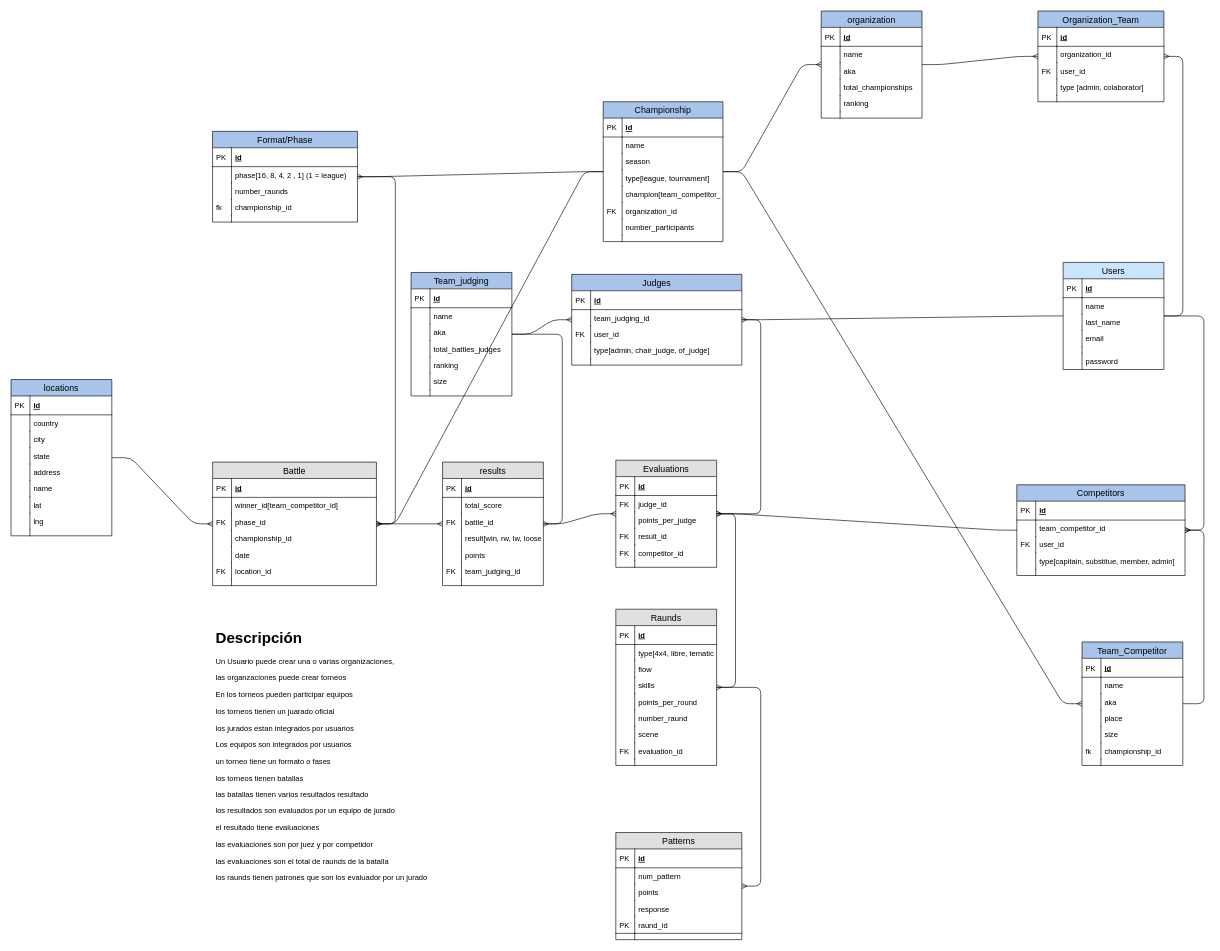
The draw.io diagram Untitled Diagram.drawio in Isidro-hernndez/Texto1, before the edit. Source tidied: cells renumbered, new cells numbered last; positions are measured from the earlier drawing's top-left corner, leaving out a move shared by most shapes. Both pictures are drawn from the tidied source at 63%, with x=0, y=0 at pixel (11, 11).
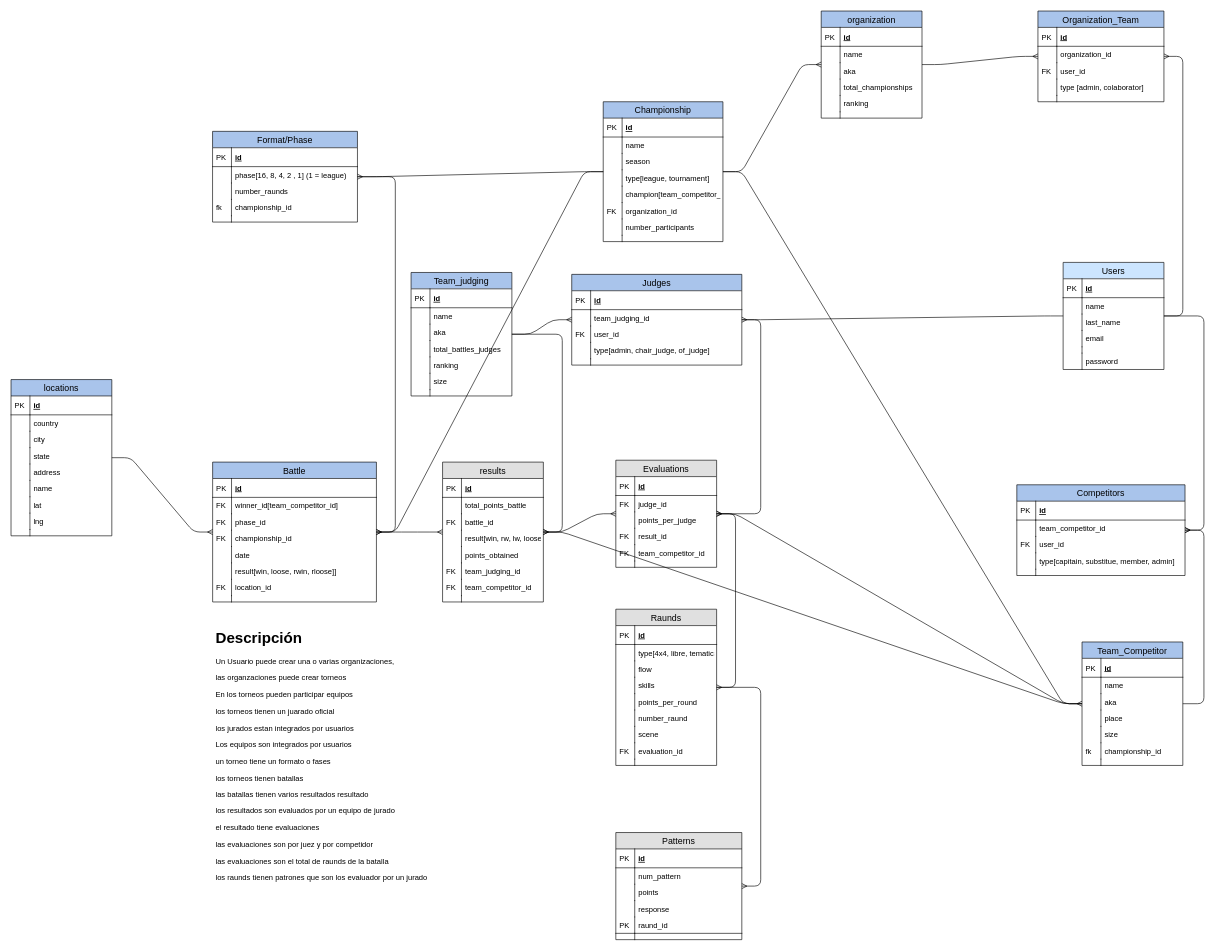
Above is the later version.

The change refers to these unchanged cells:
```xml
<mxCell id="5" value="winner_id[team_competitor_id]" style="shape=partialRectangle;top=0;left=0;right=0;bottom=0;align=left;verticalAlign=top;fillColor=none;spacingLeft=34;spacingRight=4;overflow=hidden;fontSize=12;" parent="2" vertex="1">
  <mxGeometry y="56" width="260" height="26" as="geometry" />
</mxCell>
<mxCell id="9" value="championship_id" style="shape=partialRectangle;top=0;left=0;right=0;bottom=0;align=left;verticalAlign=top;fillColor=none;spacingLeft=34;spacingRight=4;overflow=hidden;fontSize=12;" parent="2" vertex="1">
  <mxGeometry y="108" width="260" height="26" as="geometry" />
</mxCell>
<mxCell id="30" value="Evaluations" style="swimlane;fontStyle=0;horizontal=1;startSize=26;fillColor=#e0e0e0;swimlaneFillColor=#ffffff;align=center;fontSize=14;" parent="1" vertex="1">
  <mxGeometry x="960" y="713" width="160" height="170" as="geometry" />
</mxCell>
<mxCell id="123" value="Team_Competitor" style="swimlane;fontStyle=0;horizontal=1;startSize=26;fillColor=#A9C4EB;swimlaneFillColor=#ffffff;align=center;fontSize=14;" parent="1" vertex="1">
  <mxGeometry x="1700" y="1001.5" width="160" height="196" as="geometry" />
</mxCell>
<mxCell id="138" value="Competitors" style="swimlane;fontStyle=0;horizontal=1;startSize=26;fillColor=#A9C4EB;swimlaneFillColor=#ffffff;align=center;fontSize=14;" parent="1" vertex="1">
  <mxGeometry x="1596.5" y="752" width="267" height="144" as="geometry" />
</mxCell>
```

Change to the diagram source:
```diff
@@
-    <mxCell id="2" value="Battle" style="swimlane;fontStyle=0;horizontal=1;startSize=26;fillColor=#e0e0e0;swimlaneFillColor=#ffffff;align=center;fontSize=14;" parent="1" vertex="1">
-      <mxGeometry x="320" y="716" width="260" height="196" as="geometry" />
+    <mxCell id="2" value="Battle" style="swimlane;fontStyle=0;horizontal=1;startSize=26;swimlaneFillColor=#ffffff;align=center;fontSize=14;fillColor=#A9C4EB;" parent="1" vertex="1">
+      <mxGeometry x="320" y="716" width="260" height="222" as="geometry" />
     </mxCell>
@@
-    <mxCell id="6" style="shape=partialRectangle;top=0;left=0;bottom=0;fillColor=none;align=left;verticalAlign=top;spacingLeft=4;spacingRight=4;overflow=hidden;fontSize=12;" parent="5" vertex="1">
+    <mxCell id="6" value="FK" style="shape=partialRectangle;top=0;left=0;bottom=0;fillColor=none;align=left;verticalAlign=top;spacingLeft=4;spacingRight=4;overflow=hidden;fontSize=12;" parent="5" vertex="1">
       <mxGeometry width="30" height="26" as="geometry" />
     </mxCell>
@@
-    <mxCell id="10" style="shape=partialRectangle;top=0;left=0;bottom=0;fillColor=none;align=left;verticalAlign=top;spacingLeft=4;spacingRight=4;overflow=hidden;fontSize=12;" parent="9" vertex="1">
+    <mxCell id="10" value="FK" style="shape=partialRectangle;top=0;left=0;bottom=0;fillColor=none;align=left;verticalAlign=top;spacingLeft=4;spacingRight=4;overflow=hidden;fontSize=12;" parent="9" vertex="1">
       <mxGeometry width="30" height="26" as="geometry" />
     </mxCell>
@@
+    <mxCell id="233" value="result[win, loose, rwin, rloose]]" style="shape=partialRectangle;top=0;left=0;right=0;bottom=0;align=left;verticalAlign=top;fillColor=none;spacingLeft=34;spacingRight=4;overflow=hidden;fontSize=12;" parent="2" vertex="1">
+      <mxGeometry y="160" width="260" height="26" as="geometry" />
+    </mxCell>
+    <mxCell id="234" style="shape=partialRectangle;top=0;left=0;bottom=0;fillColor=none;align=left;verticalAlign=top;spacingLeft=4;spacingRight=4;overflow=hidden;fontSize=12;" parent="233" vertex="1">
+      <mxGeometry width="30" height="26" as="geometry" />
+    </mxCell>
     <mxCell id="13" value="location_id" style="shape=partialRectangle;top=0;left=0;right=0;bottom=0;align=left;verticalAlign=top;fillColor=none;spacingLeft=34;spacingRight=4;overflow=hidden;fontSize=12;" parent="2" vertex="1">
-      <mxGeometry y="160" width="260" height="26" as="geometry" />
+      <mxGeometry y="186" width="260" height="26" as="geometry" />
     </mxCell>
@@
     <mxCell id="15" style="shape=partialRectangle;top=0;left=0;right=0;bottom=0;align=left;verticalAlign=top;fillColor=none;spacingLeft=34;spacingRight=4;overflow=hidden;fontSize=12;" parent="2" vertex="1">
-      <mxGeometry y="186" width="260" height="10" as="geometry" />
+      <mxGeometry y="212" width="260" height="10" as="geometry" />
     </mxCell>
@@
-    <mxCell id="39" value="competitor_id" style="shape=partialRectangle;top=0;left=0;right=0;bottom=0;align=left;verticalAlign=top;fillColor=none;spacingLeft=34;spacingRight=4;overflow=hidden;fontSize=12;" parent="30" vertex="1">
+    <mxCell id="39" value="team_competitor_id" style="shape=partialRectangle;top=0;left=0;right=0;bottom=0;align=left;verticalAlign=top;fillColor=none;spacingLeft=34;spacingRight=4;overflow=hidden;fontSize=12;" parent="30" vertex="1">
       <mxGeometry y="134" width="160" height="26" as="geometry" />
     </mxCell>
@@
     <mxCell id="93" value="results" style="swimlane;fontStyle=0;horizontal=1;startSize=26;fillColor=#e0e0e0;swimlaneFillColor=#ffffff;align=center;fontSize=14;" parent="1" vertex="1">
-      <mxGeometry x="685" y="716" width="160" height="196" as="geometry" />
+      <mxGeometry x="685" y="716" width="160" height="222" as="geometry" />
     </mxCell>
@@
-    <mxCell id="96" value="total_score" style="shape=partialRectangle;top=0;left=0;right=0;bottom=0;align=left;verticalAlign=top;fillColor=none;spacingLeft=34;spacingRight=4;overflow=hidden;fontSize=12;" parent="93" vertex="1">
+    <mxCell id="96" value="total_points_battle" style="shape=partialRectangle;top=0;left=0;right=0;bottom=0;align=left;verticalAlign=top;fillColor=none;spacingLeft=34;spacingRight=4;overflow=hidden;fontSize=12;" parent="93" vertex="1">
       <mxGeometry y="56" width="160" height="26" as="geometry" />
     </mxCell>
@@
-    <mxCell id="102" value="points" style="shape=partialRectangle;top=0;left=0;right=0;bottom=0;align=left;verticalAlign=top;fillColor=none;spacingLeft=34;spacingRight=4;overflow=hidden;fontSize=12;" parent="93" vertex="1">
+    <mxCell id="102" value="points_obtained" style="shape=partialRectangle;top=0;left=0;right=0;bottom=0;align=left;verticalAlign=top;fillColor=none;spacingLeft=34;spacingRight=4;overflow=hidden;fontSize=12;" parent="93" vertex="1">
       <mxGeometry y="134" width="160" height="26" as="geometry" />
     </mxCell>
@@
+    <mxCell id="235" value="team_competitor_id" style="shape=partialRectangle;top=0;left=0;right=0;bottom=0;align=left;verticalAlign=top;fillColor=none;spacingLeft=34;spacingRight=4;overflow=hidden;fontSize=12;" parent="93" vertex="1">
+      <mxGeometry y="186" width="160" height="26" as="geometry" />
+    </mxCell>
+    <mxCell id="236" value="FK" style="shape=partialRectangle;top=0;left=0;bottom=0;fillColor=none;align=left;verticalAlign=top;spacingLeft=4;spacingRight=4;overflow=hidden;fontSize=12;" parent="235" vertex="1">
+      <mxGeometry width="30" height="26" as="geometry" />
+    </mxCell>
     <mxCell id="106" style="shape=partialRectangle;top=0;left=0;right=0;bottom=0;align=left;verticalAlign=top;fillColor=none;spacingLeft=34;spacingRight=4;overflow=hidden;fontSize=12;" parent="93" vertex="1">
-      <mxGeometry y="186" width="160" height="10" as="geometry" />
+      <mxGeometry y="212" width="160" height="10" as="geometry" />
     </mxCell>
@@
-    <mxCell id="151" style="edgeStyle=entityRelationEdgeStyle;fontSize=12;html=1;endArrow=ERmany;" parent="1" edge="1" source="138" target="30">
+    <mxCell id="151" style="edgeStyle=entityRelationEdgeStyle;fontSize=12;html=1;endArrow=ERmany;" parent="1" edge="1" source="123" target="30">
       <mxGeometry relative="1" as="geometry" />
     </mxCell>
@@
+    <mxCell id="237" style="edgeStyle=entityRelationEdgeStyle;fontSize=12;html=1;endArrow=ERmany;" parent="1" edge="1" source="123" target="93">
+      <mxGeometry relative="1" as="geometry" />
+    </mxCell>
```
